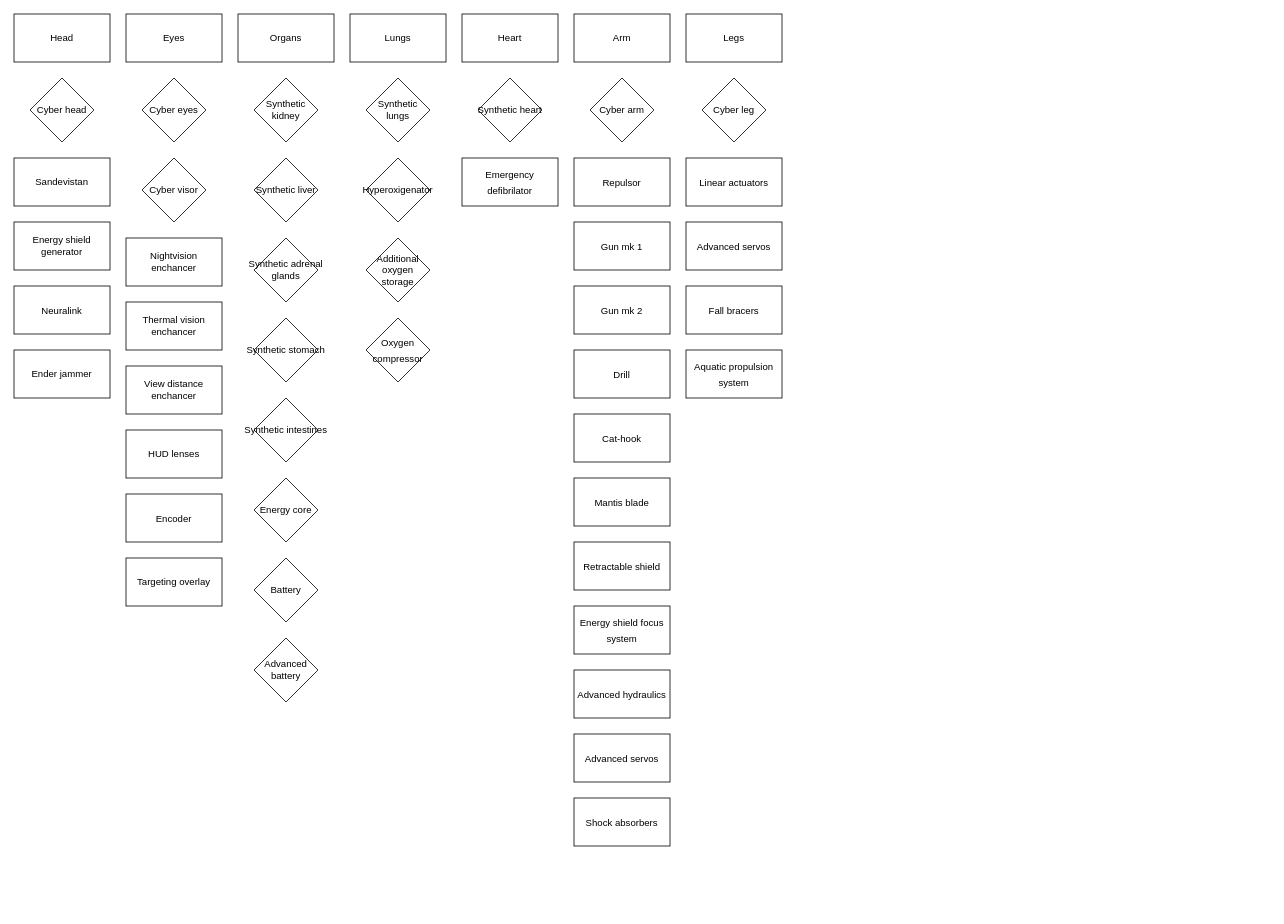
The draw.io diagram page "Cyberware" (9 of 9) of SynchromaProgression.drawio in x3rdev/Synchroma, before the edit. Source tidied: cells renumbered, new cells numbered last; positions are measured from the earlier drawing's top-left corner, leaving out a move shared by most shapes. Both pictures are drawn from the tidied source at 80%, with x=0, y=0 at pixel (14, 14).
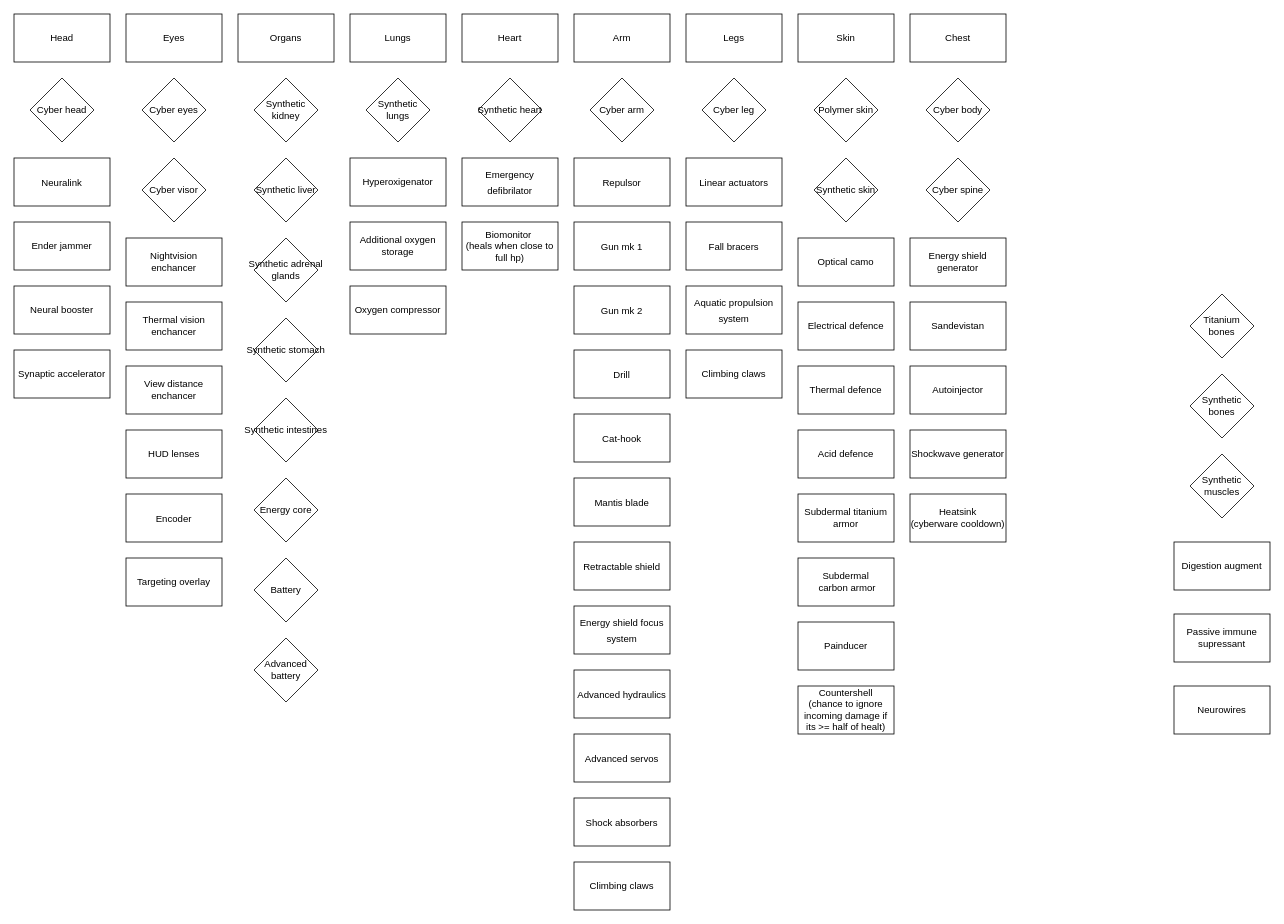
The same page after the edit.

Diff of the diagram source:
```diff
@@
     <mxCell id="15" value="Sandevistan" style="rounded=0;whiteSpace=wrap;html=1;fontSize=12;" parent="1" vertex="1">
-      <mxGeometry y="180" width="120" height="60" as="geometry" />
+      <mxGeometry x="1120" y="360" width="120" height="60" as="geometry" />
     </mxCell>
     <mxCell id="16" value="Energy shield generator" style="rounded=0;whiteSpace=wrap;html=1;fontSize=12;" parent="1" vertex="1">
-      <mxGeometry y="260" width="120" height="60" as="geometry" />
+      <mxGeometry x="1120" y="280" width="120" height="60" as="geometry" />
     </mxCell>
@@
-    <mxCell id="26" value="Hyperoxigenator" style="rhombus;whiteSpace=wrap;html=1;fontSize=12;" parent="1" vertex="1">
-      <mxGeometry x="440" y="180" width="80" height="80" as="geometry" />
-    </mxCell>
-    <mxCell id="27" value="Additional oxygen storage" style="rhombus;whiteSpace=wrap;html=1;fontSize=12;" parent="1" vertex="1">
-      <mxGeometry x="440" y="280" width="80" height="80" as="geometry" />
-    </mxCell>
-    <mxCell id="28" value="&lt;font style=&quot;font-size: 12px;&quot;&gt;Oxygen compressor&lt;/font&gt;" style="rhombus;whiteSpace=wrap;html=1;fontSize=16;" parent="1" vertex="1">
-      <mxGeometry x="440" y="380" width="80" height="80" as="geometry" />
-    </mxCell>
@@
-    <mxCell id="43" value="&lt;font style=&quot;font-size: 12px;&quot;&gt;Advanced servos&lt;/font&gt;" style="rounded=0;whiteSpace=wrap;html=1;fontSize=16;" parent="1" vertex="1">
-      <mxGeometry x="840" y="260" width="120" height="60" as="geometry" />
-    </mxCell>
@@
     <mxCell id="46" value="&lt;font style=&quot;font-size: 12px;&quot;&gt;Fall bracers&lt;/font&gt;" style="rounded=0;whiteSpace=wrap;html=1;fontSize=16;" parent="1" vertex="1">
-      <mxGeometry x="840" y="340" width="120" height="60" as="geometry" />
+      <mxGeometry x="840" y="260" width="120" height="60" as="geometry" />
     </mxCell>
@@
     <mxCell id="48" value="&lt;font style=&quot;font-size: 12px;&quot;&gt;Neuralink&lt;/font&gt;" style="rounded=0;whiteSpace=wrap;html=1;fontSize=16;" parent="1" vertex="1">
-      <mxGeometry y="340" width="120" height="60" as="geometry" />
+      <mxGeometry y="180" width="120" height="60" as="geometry" />
     </mxCell>
@@
     <mxCell id="51" value="&lt;font style=&quot;font-size: 12px;&quot;&gt;Aquatic propulsion system&lt;/font&gt;" style="rounded=0;whiteSpace=wrap;html=1;fontSize=16;" parent="1" vertex="1">
-      <mxGeometry x="840" y="420" width="120" height="60" as="geometry" />
+      <mxGeometry x="840" y="340" width="120" height="60" as="geometry" />
     </mxCell>
     <mxCell id="52" value="Ender jammer" style="rounded=0;whiteSpace=wrap;html=1;fontSize=12;" parent="1" vertex="1">
-      <mxGeometry y="420" width="120" height="60" as="geometry" />
+      <mxGeometry y="260" width="120" height="60" as="geometry" />
     </mxCell>
+    <mxCell id="53" value="Neural booster" style="rounded=0;whiteSpace=wrap;html=1;fontSize=12;" parent="1" vertex="1">
+      <mxGeometry y="340" width="120" height="60" as="geometry" />
+    </mxCell>
+    <mxCell id="54" value="Skin" style="rounded=0;whiteSpace=wrap;html=1;fontSize=12;" parent="1" vertex="1">
+      <mxGeometry x="980" width="120" height="60" as="geometry" />
+    </mxCell>
+    <mxCell id="55" value="Polymer skin" style="rhombus;whiteSpace=wrap;html=1;fontSize=12;" parent="1" vertex="1">
+      <mxGeometry x="1000" y="80" width="80" height="80" as="geometry" />
+    </mxCell>
+    <mxCell id="56" value="Synthetic skin" style="rhombus;whiteSpace=wrap;html=1;fontSize=12;" parent="1" vertex="1">
+      <mxGeometry x="1000" y="180" width="80" height="80" as="geometry" />
+    </mxCell>
+    <mxCell id="57" value="Optical camo" style="rounded=0;whiteSpace=wrap;html=1;fontSize=12;" parent="1" vertex="1">
+      <mxGeometry x="980" y="280" width="120" height="60" as="geometry" />
+    </mxCell>
+    <mxCell id="58" value="Electrical defence" style="rounded=0;whiteSpace=wrap;html=1;fontSize=12;" parent="1" vertex="1">
+      <mxGeometry x="980" y="360" width="120" height="60" as="geometry" />
+    </mxCell>
+    <mxCell id="59" value="Thermal defence" style="rounded=0;whiteSpace=wrap;html=1;fontSize=12;" parent="1" vertex="1">
+      <mxGeometry x="980" y="440" width="120" height="60" as="geometry" />
+    </mxCell>
+    <mxCell id="60" value="Acid defence" style="rounded=0;whiteSpace=wrap;html=1;fontSize=12;" parent="1" vertex="1">
+      <mxGeometry x="980" y="520" width="120" height="60" as="geometry" />
+    </mxCell>
+    <mxCell id="61" value="Subdermal titanium armor" style="rounded=0;whiteSpace=wrap;html=1;fontSize=12;" parent="1" vertex="1">
+      <mxGeometry x="980" y="600" width="120" height="60" as="geometry" />
+    </mxCell>
+    <mxCell id="62" value="Subdermal&lt;br style=&quot;font-size: 12px;&quot;&gt;&amp;nbsp;carbon armor" style="rounded=0;whiteSpace=wrap;html=1;fontSize=12;" parent="1" vertex="1">
+      <mxGeometry x="980" y="680" width="120" height="60" as="geometry" />
+    </mxCell>
+    <mxCell id="63" value="Painducer" style="rounded=0;whiteSpace=wrap;html=1;fontSize=12;" parent="1" vertex="1">
+      <mxGeometry x="980" y="760" width="120" height="60" as="geometry" />
+    </mxCell>
+    <mxCell id="64" value="Countershell&lt;br&gt;(chance to ignore incoming damage if its &amp;gt;= half of healt)" style="rounded=0;whiteSpace=wrap;html=1;fontSize=12;" parent="1" vertex="1">
+      <mxGeometry x="980" y="840" width="120" height="60" as="geometry" />
+    </mxCell>
+    <mxCell id="65" value="Chest" style="rounded=0;whiteSpace=wrap;html=1;fontSize=12;" parent="1" vertex="1">
+      <mxGeometry x="1120" width="120" height="60" as="geometry" />
+    </mxCell>
+    <mxCell id="66" value="Cyber body" style="rhombus;whiteSpace=wrap;html=1;fontSize=12;" parent="1" vertex="1">
+      <mxGeometry x="1140" y="80" width="80" height="80" as="geometry" />
+    </mxCell>
+    <mxCell id="67" value="Cyber spine" style="rhombus;whiteSpace=wrap;html=1;fontSize=12;" parent="1" vertex="1">
+      <mxGeometry x="1140" y="180" width="80" height="80" as="geometry" />
+    </mxCell>
+    <mxCell id="68" value="Autoinjector" style="rounded=0;whiteSpace=wrap;html=1;fontSize=12;" parent="1" vertex="1">
+      <mxGeometry x="1120" y="440" width="120" height="60" as="geometry" />
+    </mxCell>
+    <mxCell id="69" value="Digestion augment" style="rounded=0;whiteSpace=wrap;html=1;fontSize=12;" parent="1" vertex="1">
+      <mxGeometry x="1450" y="660" width="120" height="60" as="geometry" />
+    </mxCell>
+    <mxCell id="70" value="Synthetic muscles" style="rhombus;whiteSpace=wrap;html=1;fontSize=12;" parent="1" vertex="1">
+      <mxGeometry x="1470" y="550" width="80" height="80" as="geometry" />
+    </mxCell>
+    <mxCell id="71" value="Passive immune supressant" style="rounded=0;whiteSpace=wrap;html=1;fontSize=12;" parent="1" vertex="1">
+      <mxGeometry x="1450" y="750" width="120" height="60" as="geometry" />
+    </mxCell>
+    <mxCell id="72" value="Synthetic bones" style="rhombus;whiteSpace=wrap;html=1;fontSize=12;" parent="1" vertex="1">
+      <mxGeometry x="1470" y="450" width="80" height="80" as="geometry" />
+    </mxCell>
+    <mxCell id="73" value="Titanium bones" style="rhombus;whiteSpace=wrap;html=1;fontSize=12;" parent="1" vertex="1">
+      <mxGeometry x="1470" y="350" width="80" height="80" as="geometry" />
+    </mxCell>
+    <mxCell id="74" value="Biomonitor&amp;nbsp;&lt;br style=&quot;font-size: 12px;&quot;&gt;(heals when close to full hp)" style="rounded=0;whiteSpace=wrap;html=1;fontSize=12;" parent="1" vertex="1">
+      <mxGeometry x="560" y="260" width="120" height="60" as="geometry" />
+    </mxCell>
+    <mxCell id="75" value="Synaptic accelerator" style="rounded=0;whiteSpace=wrap;html=1;fontSize=12;" parent="1" vertex="1">
+      <mxGeometry y="420" width="120" height="60" as="geometry" />
+    </mxCell>
+    <mxCell id="76" value="Neurowires" style="rounded=0;whiteSpace=wrap;html=1;fontSize=12;" parent="1" vertex="1">
+      <mxGeometry x="1450" y="840" width="120" height="60" as="geometry" />
+    </mxCell>
+    <mxCell id="77" value="Shockwave generator" style="rounded=0;whiteSpace=wrap;html=1;fontSize=12;" parent="1" vertex="1">
+      <mxGeometry x="1120" y="520" width="120" height="60" as="geometry" />
+    </mxCell>
+    <mxCell id="26" value="Hyperoxigenator" style="rounded=0;whiteSpace=wrap;html=1;fontSize=12;" parent="1" vertex="1">
+      <mxGeometry x="420" y="180" width="120" height="60" as="geometry" />
+    </mxCell>
+    <mxCell id="27" value="Additional oxygen storage" style="rounded=0;whiteSpace=wrap;html=1;fontSize=12;" parent="1" vertex="1">
+      <mxGeometry x="420" y="260" width="120" height="60" as="geometry" />
+    </mxCell>
+    <mxCell id="28" value="Oxygen compressor" style="rounded=0;whiteSpace=wrap;html=1;fontSize=12;" parent="1" vertex="1">
+      <mxGeometry x="420" y="340" width="120" height="60" as="geometry" />
+    </mxCell>
+    <mxCell id="78" value="Climbing claws" style="rounded=0;whiteSpace=wrap;html=1;fontSize=12;" parent="1" vertex="1">
+      <mxGeometry x="840" y="420" width="120" height="60" as="geometry" />
+    </mxCell>
+    <mxCell id="79" value="Climbing claws" style="rounded=0;whiteSpace=wrap;html=1;fontSize=12;" parent="1" vertex="1">
+      <mxGeometry x="700" y="1060" width="120" height="60" as="geometry" />
+    </mxCell>
+    <mxCell id="80" value="Heatsink&lt;br style=&quot;font-size: 12px;&quot;&gt;(cyberware cooldown)" style="rounded=0;whiteSpace=wrap;html=1;fontSize=12;" parent="1" vertex="1">
+      <mxGeometry x="1120" y="600" width="120" height="60" as="geometry" />
+    </mxCell>
```
